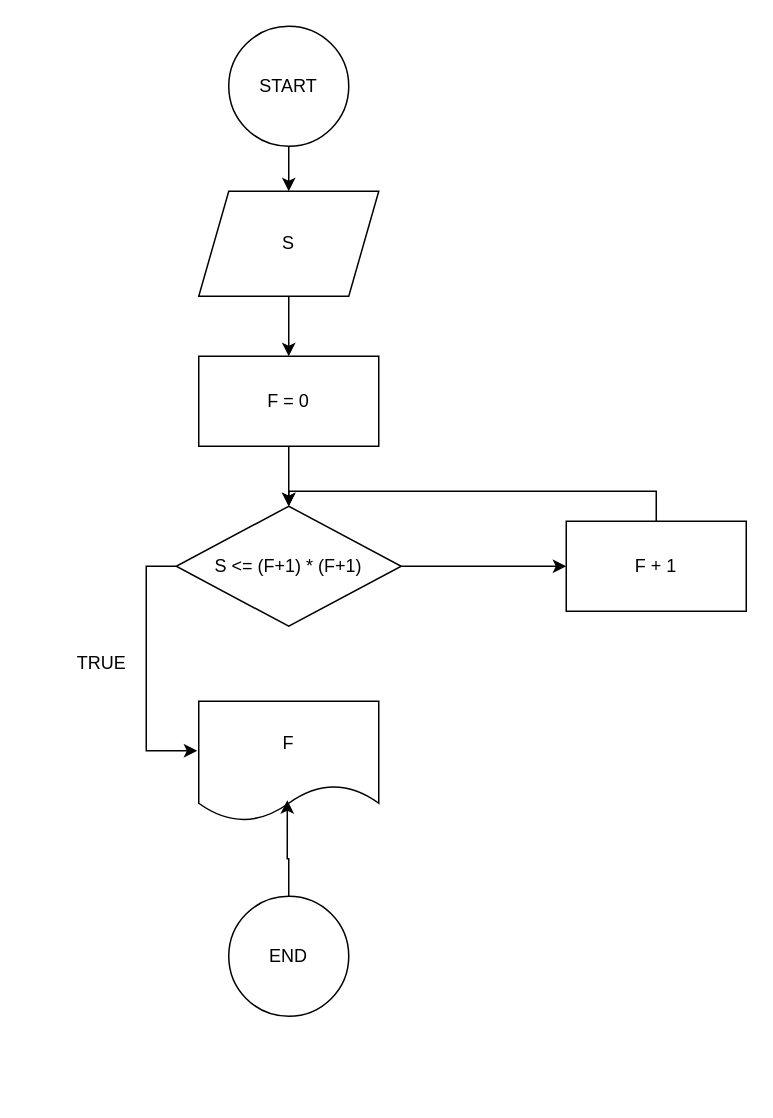
Earlier version of the draw.io diagram pyramid floor calculator.drawio (uthmanigbin/university-work). Source tidied: cells renumbered, new cells numbered last; positions are measured from the earlier drawing's top-left corner, leaving out a move shared by most shapes. Both pictures are drawn from the tidied source at 150%, with x=0, y=0 at pixel (56, 26).
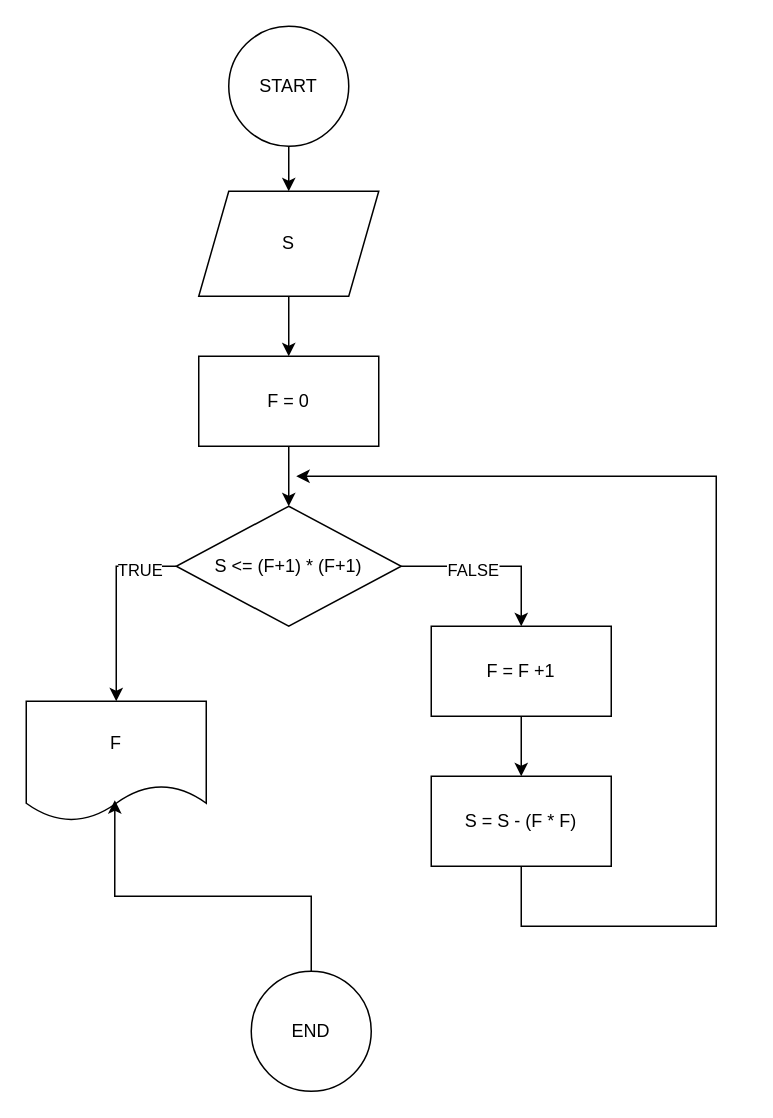
Above is the later version.

Unchanged cells that the change refers to:
```xml
<mxCell id="10" value="S &amp;lt;= (F+1) * (F+1)" style="rhombus;whiteSpace=wrap;html=1;" parent="1" vertex="1">
  <mxGeometry x="80" y="320" width="150" height="80" as="geometry" />
</mxCell>
```

Diff of the diagram source:
```diff
@@
+    <mxCell id="17" style="edgeStyle=orthogonalEdgeStyle;rounded=0;jettySize=auto;html=1;exitX=1;exitY=0.5;exitDx=0;exitDy=0;entryX=0.5;entryY=0;entryDx=0;entryDy=0;" parent="1" edge="1" source="10" target="21">
+      <mxGeometry relative="1" as="geometry" />
+    </mxCell>
+    <mxCell id="18" value="FALSE" style="edgeLabel;html=1;align=center;verticalAlign=middle;" parent="17" vertex="1">
+      <mxGeometry x="-0.22" y="-2" relative="1" as="geometry" />
+    </mxCell>
-    <mxCell id="8" style="edgeStyle=orthogonalEdgeStyle;rounded=0;jettySize=auto;html=1;exitX=0;exitY=0.5;exitDx=0;exitDy=0;entryX=-0.008;entryY=0.413;entryDx=0;entryDy=0;entryPerimeter=0;" parent="1" edge="1" source="10" target="11">
+    <mxCell id="8" style="edgeStyle=orthogonalEdgeStyle;rounded=0;jettySize=auto;html=1;exitX=0;exitY=0.5;exitDx=0;exitDy=0;entryX=0.5;entryY=0;entryDx=0;entryDy=0;" parent="1" edge="1" source="10" target="11">
       <mxGeometry relative="1" as="geometry" />
     </mxCell>
-    <mxCell id="9" style="edgeStyle=orthogonalEdgeStyle;rounded=0;jettySize=auto;html=1;exitX=1;exitY=0.5;exitDx=0;exitDy=0;" parent="1" edge="1" source="10" target="14">
-      <mxGeometry relative="1" as="geometry" />
-    </mxCell>
+    <mxCell id="12" value="TRUE" style="edgeLabel;html=1;align=center;verticalAlign=middle;" parent="8" vertex="1">
+      <mxGeometry x="-0.62" y="2" relative="1" as="geometry" />
+    </mxCell>
@@
     <mxCell id="11" value="F" style="shape=document;whiteSpace=wrap;html=1;boundedLbl=1;" parent="1" vertex="1">
-      <mxGeometry x="95" y="450" width="120" height="80" as="geometry" />
+      <mxGeometry x="-20" y="450" width="120" height="80" as="geometry" />
     </mxCell>
-    <mxCell id="12" value="TRUE" style="text;html=1;align=center;verticalAlign=middle;strokeColor=none;fillColor=none;" parent="1" vertex="1">
-      <mxGeometry y="410" width="60" height="30" as="geometry" />
-    </mxCell>
-    <mxCell id="13" style="edgeStyle=orthogonalEdgeStyle;rounded=0;jettySize=auto;html=1;exitX=0.5;exitY=0;exitDx=0;exitDy=0;entryX=0.5;entryY=0;entryDx=0;entryDy=0;" parent="1" edge="1" source="14" target="10">
-      <mxGeometry relative="1" as="geometry" />
-    </mxCell>
+    <mxCell id="19" style="edgeStyle=orthogonalEdgeStyle;rounded=0;jettySize=auto;html=1;exitX=0.5;exitY=1;exitDx=0;exitDy=0;" parent="1" edge="1" source="14">
+      <mxGeometry relative="1" as="geometry">
+        <mxPoint x="160" y="300" as="targetPoint" />
+        <Array as="points">
+          <mxPoint x="310" y="600" />
+          <mxPoint x="440" y="600" />
+          <mxPoint x="440" y="300" />
+        </Array>
+      </mxGeometry>
+    </mxCell>
-    <mxCell id="14" value="F + 1" style="rounded=0;whiteSpace=wrap;html=1;" parent="1" vertex="1">
-      <mxGeometry x="340" y="330" width="120" height="60" as="geometry" />
+    <mxCell id="14" value="S = S - (F * F)" style="rounded=0;whiteSpace=wrap;html=1;" parent="1" vertex="1">
+      <mxGeometry x="250" y="500" width="120" height="60" as="geometry" />
     </mxCell>
@@
     <mxCell id="16" value="END" style="ellipse;whiteSpace=wrap;html=1;" parent="1" vertex="1">
-      <mxGeometry x="115" y="580" width="80" height="80" as="geometry" />
+      <mxGeometry x="130" y="630" width="80" height="80" as="geometry" />
     </mxCell>
+    <mxCell id="20" style="edgeStyle=orthogonalEdgeStyle;rounded=0;jettySize=auto;html=1;exitX=0.5;exitY=1;exitDx=0;exitDy=0;entryX=0.5;entryY=0;entryDx=0;entryDy=0;" parent="1" edge="1" source="21" target="14">
+      <mxGeometry relative="1" as="geometry" />
+    </mxCell>
+    <mxCell id="21" value="F = F +1" style="rounded=0;whiteSpace=wrap;html=1;" parent="1" vertex="1">
+      <mxGeometry x="250" y="400" width="120" height="60" as="geometry" />
+    </mxCell>
```
